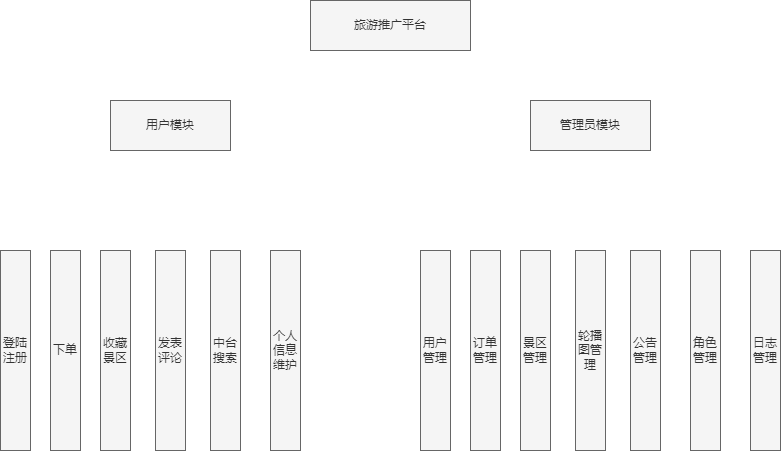
The draw.io diagram sql/系统功能结构图.png in ren9901/tourism-j2ee-wx, before a commit. Source tidied: cells renumbered, new cells last; positions are measured from the earlier drawing's top-left corner, leaving out a move shared by most shapes.
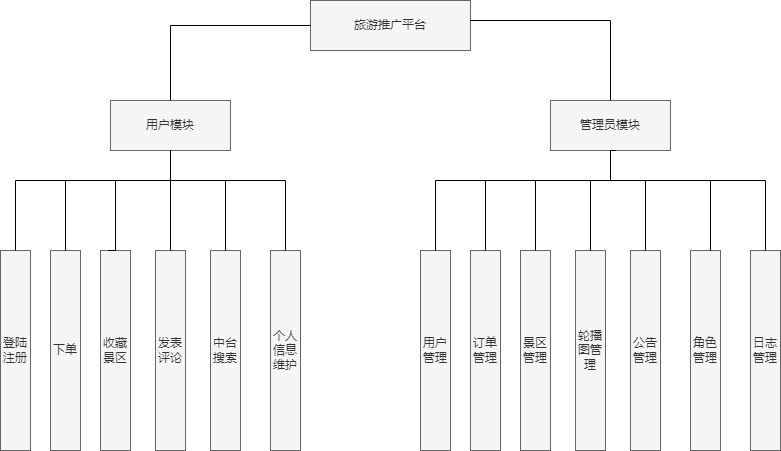
The same file after the commit.

Commit message:
更新系统功能结构图.png

What changed in the source:
```diff
@@ -9,7 +9,7 @@
       <mxGeometry x="110" y="100" width="120" height="50" as="geometry" />
     </mxCell>
     <mxCell id="4" value="管理员模块" style="rounded=0;whiteSpace=wrap;html=1;fillColor=#f5f5f5;fontColor=#333333;strokeColor=#666666;" parent="1" vertex="1">
-      <mxGeometry x="530" y="100" width="120" height="50" as="geometry" />
+      <mxGeometry x="550" y="100" width="120" height="50" as="geometry" />
     </mxCell>
     <mxCell id="5" value="登陆注册" style="rounded=0;whiteSpace=wrap;html=1;fillColor=#f5f5f5;fontColor=#333333;strokeColor=#666666;" parent="1" vertex="1">
       <mxGeometry y="250" width="30" height="200" as="geometry" />
@@ -50,5 +50,131 @@
     <mxCell id="17" value="日志管理" style="rounded=0;whiteSpace=wrap;html=1;fillColor=#f5f5f5;fontColor=#333333;strokeColor=#666666;" parent="1" vertex="1">
       <mxGeometry x="750" y="250" width="30" height="200" as="geometry" />
     </mxCell>
+    <mxCell id="18" style="endArrow=none;html=1;rounded=0;edgeStyle=orthogonalEdgeStyle;entryX=0;entryY=0.5;entryDx=0;entryDy=0;" parent="1" edge="1" source="3" target="2">
+      <mxGeometry relative="1" as="geometry">
+        <Array as="points">
+          <mxPoint x="170" y="25" />
+        </Array>
+      </mxGeometry>
+    </mxCell>
+    <mxCell id="19" style="endArrow=none;html=1;rounded=0;edgeStyle=orthogonalEdgeStyle;exitX=0.5;exitY=0;exitDx=0;exitDy=0;" parent="1" edge="1" source="4" target="2">
+      <mxGeometry relative="1" as="geometry">
+        <Array as="points">
+          <mxPoint x="610" y="100" />
+          <mxPoint x="610" y="20" />
+        </Array>
+      </mxGeometry>
+    </mxCell>
+    <mxCell id="20" style="endArrow=none;html=1;rounded=0;edgeStyle=orthogonalEdgeStyle;entryX=0.5;entryY=1;entryDx=0;entryDy=0;" parent="1" edge="1" target="3">
+      <mxGeometry relative="1" as="geometry">
+        <mxPoint x="15" y="250" as="sourcePoint" />
+        <Array as="points">
+          <mxPoint x="15" y="180" />
+          <mxPoint x="170" y="180" />
+        </Array>
+      </mxGeometry>
+    </mxCell>
+    <mxCell id="21" style="endArrow=none;html=1;rounded=0;edgeStyle=orthogonalEdgeStyle;entryX=0.5;entryY=1;entryDx=0;entryDy=0;exitX=0.5;exitY=0;exitDx=0;exitDy=0;" parent="1" edge="1" source="6" target="3">
+      <mxGeometry relative="1" as="geometry">
+        <Array as="points">
+          <mxPoint x="65" y="180" />
+          <mxPoint x="170" y="180" />
+        </Array>
+      </mxGeometry>
+    </mxCell>
+    <mxCell id="22" style="endArrow=none;html=1;rounded=0;edgeStyle=orthogonalEdgeStyle;entryX=0.5;entryY=1;entryDx=0;entryDy=0;exitX=0.25;exitY=0;exitDx=0;exitDy=0;" parent="1" edge="1" source="7" target="3">
+      <mxGeometry relative="1" as="geometry">
+        <Array as="points">
+          <mxPoint x="115" y="250" />
+          <mxPoint x="115" y="180" />
+          <mxPoint x="170" y="180" />
+        </Array>
+      </mxGeometry>
+    </mxCell>
+    <mxCell id="23" style="endArrow=none;html=1;rounded=0;edgeStyle=orthogonalEdgeStyle;entryX=0.5;entryY=1;entryDx=0;entryDy=0;exitX=0.5;exitY=0;exitDx=0;exitDy=0;" parent="1" edge="1" source="8" target="3">
+      <mxGeometry relative="1" as="geometry">
+        <Array as="points">
+          <mxPoint x="170" y="170" />
+          <mxPoint x="170" y="170" />
+        </Array>
+      </mxGeometry>
+    </mxCell>
+    <mxCell id="24" style="endArrow=none;html=1;rounded=0;edgeStyle=orthogonalEdgeStyle;entryX=0.5;entryY=1;entryDx=0;entryDy=0;exitX=0.5;exitY=0;exitDx=0;exitDy=0;" parent="1" edge="1" source="9" target="3">
+      <mxGeometry relative="1" as="geometry">
+        <Array as="points">
+          <mxPoint x="225" y="180" />
+          <mxPoint x="170" y="180" />
+        </Array>
+      </mxGeometry>
+    </mxCell>
+    <mxCell id="25" style="endArrow=none;html=1;rounded=0;edgeStyle=orthogonalEdgeStyle;entryX=0.5;entryY=1;entryDx=0;entryDy=0;exitX=0.5;exitY=0;exitDx=0;exitDy=0;" parent="1" edge="1" source="10" target="3">
+      <mxGeometry relative="1" as="geometry">
+        <Array as="points">
+          <mxPoint x="285" y="180" />
+          <mxPoint x="170" y="180" />
+        </Array>
+      </mxGeometry>
+    </mxCell>
+    <mxCell id="26" style="endArrow=none;html=1;rounded=0;edgeStyle=orthogonalEdgeStyle;entryX=0.5;entryY=1;entryDx=0;entryDy=0;exitX=0.5;exitY=0;exitDx=0;exitDy=0;" parent="1" edge="1" source="11">
+      <mxGeometry relative="1" as="geometry">
+        <mxPoint x="615" y="150" as="targetPoint" />
+        <Array as="points">
+          <mxPoint x="435" y="180" />
+          <mxPoint x="610" y="180" />
+          <mxPoint x="610" y="150" />
+        </Array>
+      </mxGeometry>
+    </mxCell>
+    <mxCell id="27" style="endArrow=none;html=1;rounded=0;edgeStyle=orthogonalEdgeStyle;entryX=0.5;entryY=1;entryDx=0;entryDy=0;exitX=0.5;exitY=0;exitDx=0;exitDy=0;" parent="1" edge="1" source="12" target="4">
+      <mxGeometry relative="1" as="geometry">
+        <Array as="points">
+          <mxPoint x="485" y="180" />
+          <mxPoint x="610" y="180" />
+        </Array>
+      </mxGeometry>
+    </mxCell>
+    <mxCell id="28" style="endArrow=none;html=1;rounded=0;edgeStyle=orthogonalEdgeStyle;exitX=0.5;exitY=0;exitDx=0;exitDy=0;" parent="1" edge="1" source="13">
+      <mxGeometry relative="1" as="geometry">
+        <mxPoint x="610" y="150" as="targetPoint" />
+        <Array as="points">
+          <mxPoint x="535" y="180" />
+          <mxPoint x="610" y="180" />
+        </Array>
+      </mxGeometry>
+    </mxCell>
+    <mxCell id="29" style="endArrow=none;html=1;rounded=0;edgeStyle=orthogonalEdgeStyle;exitX=0.5;exitY=0;exitDx=0;exitDy=0;" parent="1" edge="1" source="14">
+      <mxGeometry relative="1" as="geometry">
+        <mxPoint x="610" y="160" as="targetPoint" />
+        <Array as="points">
+          <mxPoint x="590" y="180" />
+          <mxPoint x="610" y="180" />
+        </Array>
+      </mxGeometry>
+    </mxCell>
+    <mxCell id="30" style="endArrow=none;html=1;rounded=0;edgeStyle=orthogonalEdgeStyle;" parent="1" edge="1" source="15">
+      <mxGeometry relative="1" as="geometry">
+        <mxPoint x="610" y="150" as="targetPoint" />
+        <Array as="points">
+          <mxPoint x="645" y="180" />
+          <mxPoint x="610" y="180" />
+        </Array>
+      </mxGeometry>
+    </mxCell>
+    <mxCell id="31" style="endArrow=none;html=1;rounded=0;edgeStyle=orthogonalEdgeStyle;" parent="1" edge="1" source="16" target="4">
+      <mxGeometry relative="1" as="geometry">
+        <Array as="points">
+          <mxPoint x="710" y="180" />
+          <mxPoint x="610" y="180" />
+        </Array>
+      </mxGeometry>
+    </mxCell>
+    <mxCell id="32" style="endArrow=none;html=1;rounded=0;edgeStyle=orthogonalEdgeStyle;" parent="1" edge="1" source="17" target="4">
+      <mxGeometry relative="1" as="geometry">
+        <Array as="points">
+          <mxPoint x="765" y="180" />
+          <mxPoint x="610" y="180" />
+        </Array>
+      </mxGeometry>
+    </mxCell>
   </root>
 </mxGraphModel>
```
